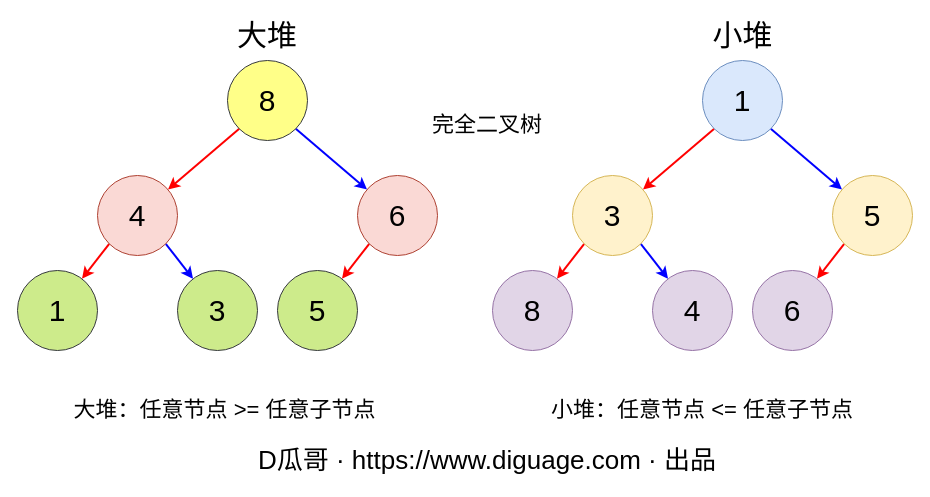
Above: page "大堆与小堆" (12 of 12) of static/diagrams/data-structures.drawio in diguage/www.diguage.com (draw.io), before the change. Source tidied: cells renumbered, new cells numbered last; positions are measured from the earlier drawing's top-left corner, leaving out a move shared by most shapes. Both pictures are drawn from the tidied source at 100%, with x=0, y=0 at pixel (17, 20).
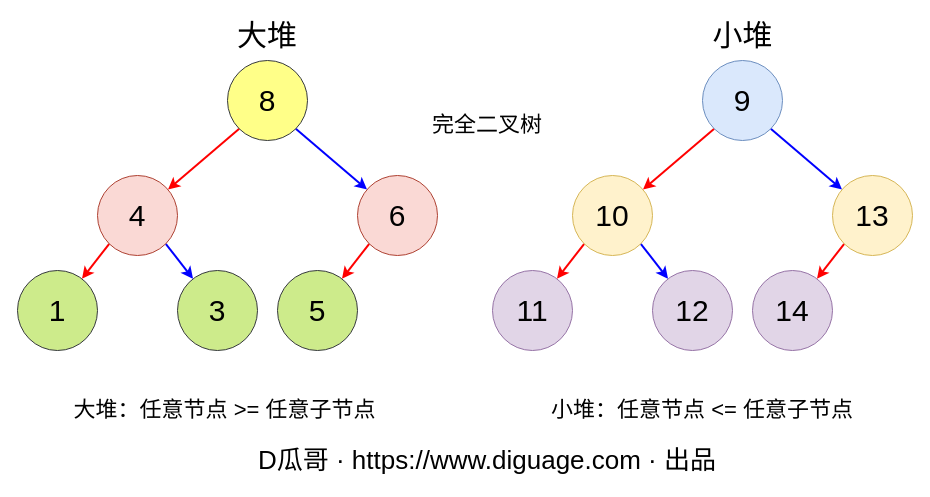
After the change.

Change to the diagram source:
```diff
@@
-    <mxCell id="4" value="1" style="ellipse;whiteSpace=wrap;html=1;fillColor=#dae8fc;strokeColor=#6c8ebf;fontFamily=JetBrains Mono;fontSize=30;" parent="1" vertex="1">
+    <mxCell id="4" value="9" style="ellipse;whiteSpace=wrap;html=1;fillColor=#dae8fc;strokeColor=#6c8ebf;fontFamily=JetBrains Mono;fontSize=30;" parent="1" vertex="1">
       <mxGeometry x="685" y="40" width="80" height="80" as="geometry" />
     </mxCell>
@@
-    <mxCell id="7" value="3" style="ellipse;whiteSpace=wrap;html=1;fillColor=#fff2cc;strokeColor=#d6b656;fontFamily=JetBrains Mono;fontSize=30;" parent="1" vertex="1">
+    <mxCell id="7" value="10" style="ellipse;whiteSpace=wrap;html=1;fillColor=#fff2cc;strokeColor=#d6b656;fontFamily=JetBrains Mono;fontSize=30;" parent="1" vertex="1">
       <mxGeometry x="555" y="155" width="80" height="80" as="geometry" />
     </mxCell>
-    <mxCell id="8" value="8" style="ellipse;whiteSpace=wrap;html=1;fillColor=#e1d5e7;strokeColor=#9673a6;fontFamily=JetBrains Mono;fontSize=30;" parent="1" vertex="1">
+    <mxCell id="8" value="11" style="ellipse;whiteSpace=wrap;html=1;fillColor=#e1d5e7;strokeColor=#9673a6;fontFamily=JetBrains Mono;fontSize=30;" parent="1" vertex="1">
       <mxGeometry x="475" y="250" width="80" height="80" as="geometry" />
     </mxCell>
-    <mxCell id="9" value="4" style="ellipse;whiteSpace=wrap;html=1;fillColor=#e1d5e7;strokeColor=#9673a6;fontFamily=JetBrains Mono;fontSize=30;" parent="1" vertex="1">
+    <mxCell id="9" value="12" style="ellipse;whiteSpace=wrap;html=1;fillColor=#e1d5e7;strokeColor=#9673a6;fontFamily=JetBrains Mono;fontSize=30;" parent="1" vertex="1">
       <mxGeometry x="635" y="250" width="80" height="80" as="geometry" />
     </mxCell>
@@
-    <mxCell id="11" value="5" style="ellipse;whiteSpace=wrap;html=1;fillColor=#fff2cc;strokeColor=#d6b656;fontFamily=JetBrains Mono;fontSize=30;" parent="1" vertex="1">
+    <mxCell id="11" value="13" style="ellipse;whiteSpace=wrap;html=1;fillColor=#fff2cc;strokeColor=#d6b656;fontFamily=JetBrains Mono;fontSize=30;" parent="1" vertex="1">
       <mxGeometry x="815" y="155" width="80" height="80" as="geometry" />
     </mxCell>
-    <mxCell id="12" value="6" style="ellipse;whiteSpace=wrap;html=1;fillColor=#e1d5e7;strokeColor=#9673a6;fontFamily=JetBrains Mono;fontSize=30;" parent="1" vertex="1">
+    <mxCell id="12" value="14" style="ellipse;whiteSpace=wrap;html=1;fillColor=#e1d5e7;strokeColor=#9673a6;fontFamily=JetBrains Mono;fontSize=30;" parent="1" vertex="1">
       <mxGeometry x="735" y="250" width="80" height="80" as="geometry" />
     </mxCell>
```
